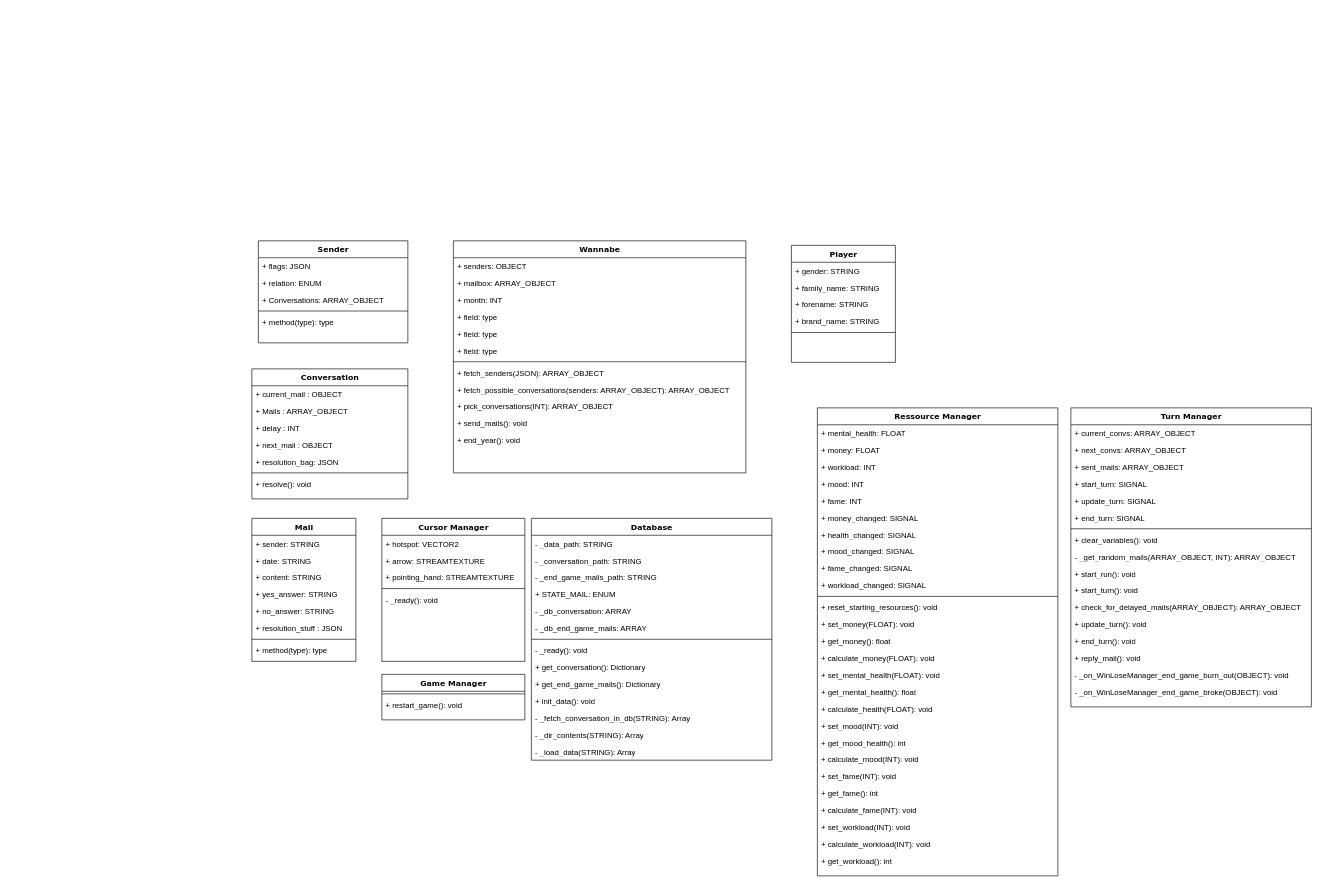
Earlier version of the draw.io diagram YesMan/Diagramme sans nom.drawio (Daydreel/YesHuman). Source tidied: cells renumbered, new cells numbered last; positions are measured from the earlier drawing's top-left corner, leaving out a move shared by most shapes. Both pictures are drawn from the tidied source at 65%, with x=0, y=0 at pixel (252, 240).
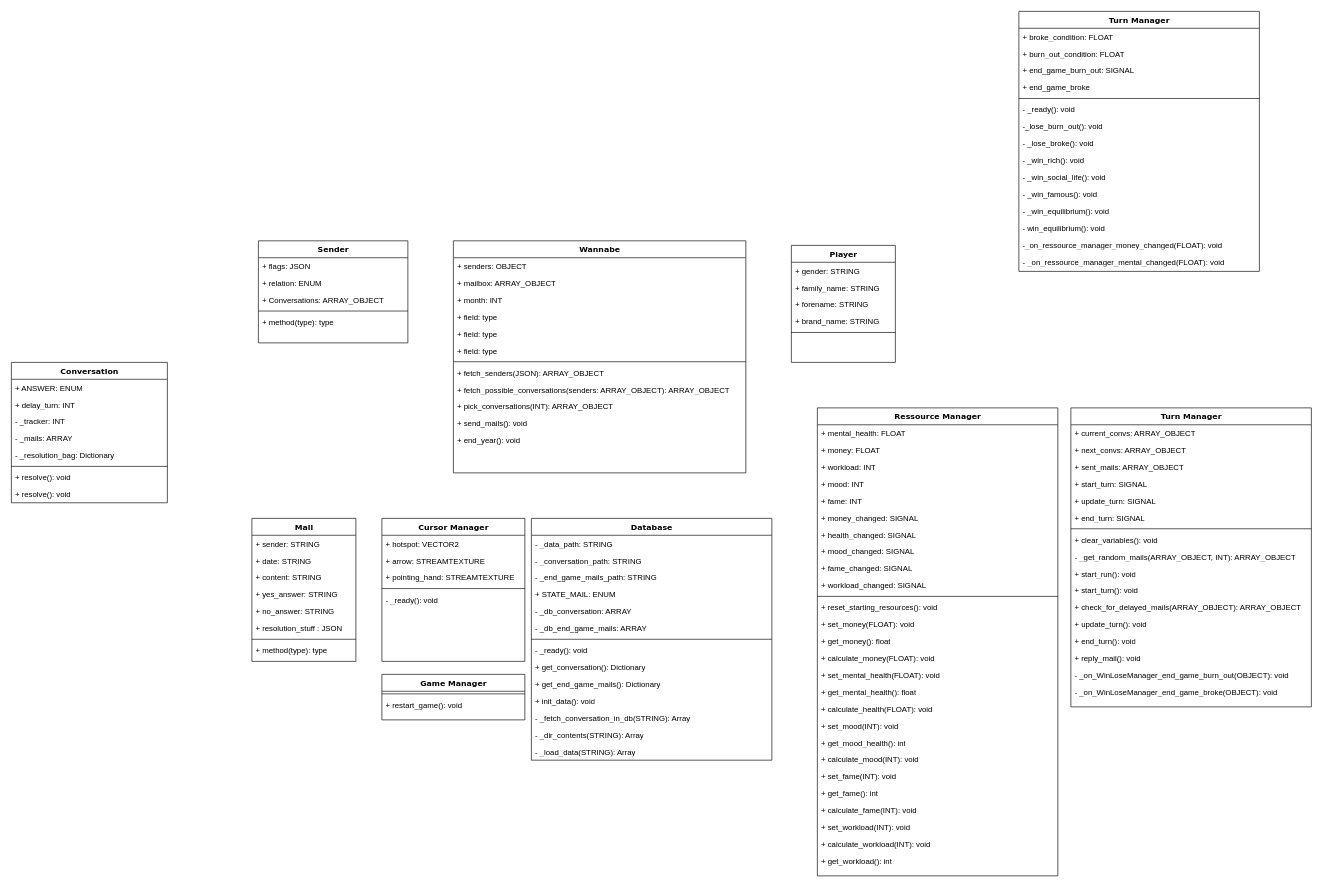
Above is the later version.

Commit message:
Mettre à jour Diagramme sans nom.drawio

Change to the diagram source:
```diff
@@
     <mxCell id="36" value="Conversation" style="swimlane;html=1;fontStyle=1;align=center;verticalAlign=top;horizontal=1;startSize=26;swimlaneFillColor=#ffffff;rounded=0;shadow=0;comic=0;labelBackgroundColor=none;strokeWidth=1;fillColor=none;fontFamily=Verdana;fontSize=12;" parent="1" vertex="1">
-      <mxGeometry y="197" width="240" height="200" as="geometry" />
+      <mxGeometry x="-370" y="187" width="240" height="216" as="geometry" />
     </mxCell>
-    <mxCell id="37" value="+ current_mail : OBJECT" style="text;html=1;strokeColor=none;fillColor=none;align=left;verticalAlign=top;spacingLeft=4;spacingRight=4;whiteSpace=wrap;overflow=hidden;" parent="36" vertex="1">
+    <mxCell id="37" value="+ ANSWER: ENUM" style="text;html=1;strokeColor=none;fillColor=none;align=left;verticalAlign=top;spacingLeft=4;spacingRight=4;whiteSpace=wrap;overflow=hidden;" parent="36" vertex="1">
       <mxGeometry y="26" width="240" height="26" as="geometry" />
     </mxCell>
-    <mxCell id="38" value="+ Mails : ARRAY_OBJECT" style="text;html=1;strokeColor=none;fillColor=none;align=left;verticalAlign=top;spacingLeft=4;spacingRight=4;whiteSpace=wrap;overflow=hidden;" parent="36" vertex="1">
+    <mxCell id="38" value="+ delay_turn: INT" style="text;html=1;strokeColor=none;fillColor=none;align=left;verticalAlign=top;spacingLeft=4;spacingRight=4;whiteSpace=wrap;overflow=hidden;" parent="36" vertex="1">
       <mxGeometry y="52" width="240" height="26" as="geometry" />
     </mxCell>
-    <mxCell id="39" value="+ delay : INT" style="text;html=1;strokeColor=none;fillColor=none;align=left;verticalAlign=top;spacingLeft=4;spacingRight=4;whiteSpace=wrap;overflow=hidden;" parent="36" vertex="1">
+    <mxCell id="39" value="- _tracker: INT" style="text;html=1;strokeColor=none;fillColor=none;align=left;verticalAlign=top;spacingLeft=4;spacingRight=4;whiteSpace=wrap;overflow=hidden;" parent="36" vertex="1">
       <mxGeometry y="78" width="240" height="26" as="geometry" />
     </mxCell>
-    <mxCell id="40" value="+ next_mail : OBJECT" style="text;html=1;strokeColor=none;fillColor=none;align=left;verticalAlign=top;spacingLeft=4;spacingRight=4;whiteSpace=wrap;overflow=hidden;" parent="36" vertex="1">
+    <mxCell id="40" value="- _mails: ARRAY" style="text;html=1;strokeColor=none;fillColor=none;align=left;verticalAlign=top;spacingLeft=4;spacingRight=4;whiteSpace=wrap;overflow=hidden;" parent="36" vertex="1">
       <mxGeometry y="104" width="240" height="26" as="geometry" />
     </mxCell>
-    <mxCell id="41" value="+ resolution_bag: JSON" style="text;html=1;strokeColor=none;fillColor=none;align=left;verticalAlign=top;spacingLeft=4;spacingRight=4;whiteSpace=wrap;overflow=hidden;" parent="36" vertex="1">
+    <mxCell id="41" value="- _resolution_bag: Dictionary" style="text;html=1;strokeColor=none;fillColor=none;align=left;verticalAlign=top;spacingLeft=4;spacingRight=4;whiteSpace=wrap;overflow=hidden;" parent="36" vertex="1">
       <mxGeometry y="130" width="240" height="26" as="geometry" />
     </mxCell>
@@
+    <mxCell id="114" value="+ resolve(): void" style="text;html=1;strokeColor=none;fillColor=none;align=left;verticalAlign=top;spacingLeft=4;spacingRight=4;whiteSpace=wrap;overflow=hidden;" parent="36" vertex="1">
+      <mxGeometry y="190" width="240" height="26" as="geometry" />
+    </mxCell>
@@
+    <mxCell id="115" value="Turn Manager" style="swimlane;html=1;fontStyle=1;align=center;verticalAlign=top;horizontal=1;startSize=26;swimlaneFillColor=#ffffff;rounded=0;shadow=0;comic=0;labelBackgroundColor=none;strokeWidth=1;fillColor=none;fontFamily=Verdana;fontSize=12;" parent="1" vertex="1">
+      <mxGeometry x="1180" y="-353" width="370" height="400" as="geometry" />
+    </mxCell>
+    <mxCell id="116" value="+ broke_condition: FLOAT" style="text;html=1;strokeColor=none;fillColor=none;align=left;verticalAlign=top;spacingLeft=4;spacingRight=4;whiteSpace=wrap;overflow=hidden;" parent="115" vertex="1">
+      <mxGeometry y="26" width="370" height="26" as="geometry" />
+    </mxCell>
+    <mxCell id="117" value="+ burn_out_condition: FLOAT" style="text;html=1;strokeColor=none;fillColor=none;align=left;verticalAlign=top;spacingLeft=4;spacingRight=4;whiteSpace=wrap;overflow=hidden;" parent="115" vertex="1">
+      <mxGeometry y="52" width="370" height="26" as="geometry" />
+    </mxCell>
+    <mxCell id="118" value="+ end_game_burn_out: SIGNAL" style="text;html=1;strokeColor=none;fillColor=none;align=left;verticalAlign=top;spacingLeft=4;spacingRight=4;whiteSpace=wrap;overflow=hidden;" parent="115" vertex="1">
+      <mxGeometry y="78" width="370" height="26" as="geometry" />
+    </mxCell>
+    <mxCell id="119" value="+ end_game_broke" style="text;html=1;strokeColor=none;fillColor=none;align=left;verticalAlign=top;spacingLeft=4;spacingRight=4;whiteSpace=wrap;overflow=hidden;" parent="115" vertex="1">
+      <mxGeometry y="104" width="370" height="26" as="geometry" />
+    </mxCell>
+    <mxCell id="120" style="line;html=1;strokeWidth=1;fillColor=none;align=left;verticalAlign=middle;spacingTop=-1;spacingLeft=3;spacingRight=3;labelPosition=right;" parent="115" vertex="1">
+      <mxGeometry y="130" width="370" height="8" as="geometry" />
+    </mxCell>
+    <mxCell id="121" value="- _ready(): void" style="text;html=1;strokeColor=none;fillColor=none;align=left;verticalAlign=top;spacingLeft=4;spacingRight=4;whiteSpace=wrap;overflow=hidden;" parent="115" vertex="1">
+      <mxGeometry y="138" width="370" height="26" as="geometry" />
+    </mxCell>
+    <mxCell id="122" value="-_lose_burn_out(): void" style="text;html=1;strokeColor=none;fillColor=none;align=left;verticalAlign=top;spacingLeft=4;spacingRight=4;whiteSpace=wrap;overflow=hidden;" parent="115" vertex="1">
+      <mxGeometry y="164" width="370" height="26" as="geometry" />
+    </mxCell>
+    <mxCell id="123" value="- _lose_broke(): void" style="text;html=1;strokeColor=none;fillColor=none;align=left;verticalAlign=top;spacingLeft=4;spacingRight=4;whiteSpace=wrap;overflow=hidden;" parent="115" vertex="1">
+      <mxGeometry y="190" width="370" height="26" as="geometry" />
+    </mxCell>
+    <mxCell id="124" value="- _win_rich(): void" style="text;html=1;strokeColor=none;fillColor=none;align=left;verticalAlign=top;spacingLeft=4;spacingRight=4;whiteSpace=wrap;overflow=hidden;" parent="115" vertex="1">
+      <mxGeometry y="216" width="370" height="26" as="geometry" />
+    </mxCell>
+    <mxCell id="125" value="- _win_social_life(): void" style="text;html=1;strokeColor=none;fillColor=none;align=left;verticalAlign=top;spacingLeft=4;spacingRight=4;whiteSpace=wrap;overflow=hidden;" parent="115" vertex="1">
+      <mxGeometry y="242" width="370" height="26" as="geometry" />
+    </mxCell>
+    <mxCell id="126" value="- _win_famous(): void" style="text;html=1;strokeColor=none;fillColor=none;align=left;verticalAlign=top;spacingLeft=4;spacingRight=4;whiteSpace=wrap;overflow=hidden;" parent="115" vertex="1">
+      <mxGeometry y="268" width="370" height="26" as="geometry" />
+    </mxCell>
+    <mxCell id="127" value="- _win_equilibrium(): void" style="text;html=1;strokeColor=none;fillColor=none;align=left;verticalAlign=top;spacingLeft=4;spacingRight=4;whiteSpace=wrap;overflow=hidden;" parent="115" vertex="1">
+      <mxGeometry y="294" width="370" height="26" as="geometry" />
+    </mxCell>
+    <mxCell id="128" value="- win_equilibrium(): void" style="text;html=1;strokeColor=none;fillColor=none;align=left;verticalAlign=top;spacingLeft=4;spacingRight=4;whiteSpace=wrap;overflow=hidden;" parent="115" vertex="1">
+      <mxGeometry y="320" width="370" height="26" as="geometry" />
+    </mxCell>
+    <mxCell id="129" value="-_on_ressource_manager_money_changed(FLOAT): void" style="text;html=1;strokeColor=none;fillColor=none;align=left;verticalAlign=top;spacingLeft=4;spacingRight=4;whiteSpace=wrap;overflow=hidden;" parent="115" vertex="1">
+      <mxGeometry y="346" width="370" height="26" as="geometry" />
+    </mxCell>
+    <mxCell id="130" value="- _on_ressource_manager_mental_changed(FLOAT): void" style="text;html=1;strokeColor=none;fillColor=none;align=left;verticalAlign=top;spacingLeft=4;spacingRight=4;whiteSpace=wrap;overflow=hidden;" parent="115" vertex="1">
+      <mxGeometry y="372" width="370" height="26" as="geometry" />
+    </mxCell>
```
